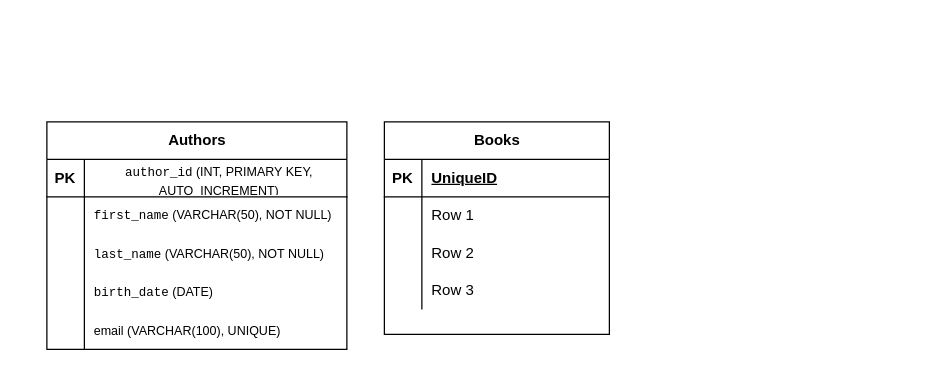
Before: Untitled Diagram.drawio in SergejusSG/git-demo, a draw.io diagram. Source tidied: cells renumbered, new cells numbered last; positions are measured from the earlier drawing's top-left corner, leaving out a move shared by most shapes. Both pictures are drawn from the tidied source at 125%, with x=0, y=0 at pixel (46, 121).
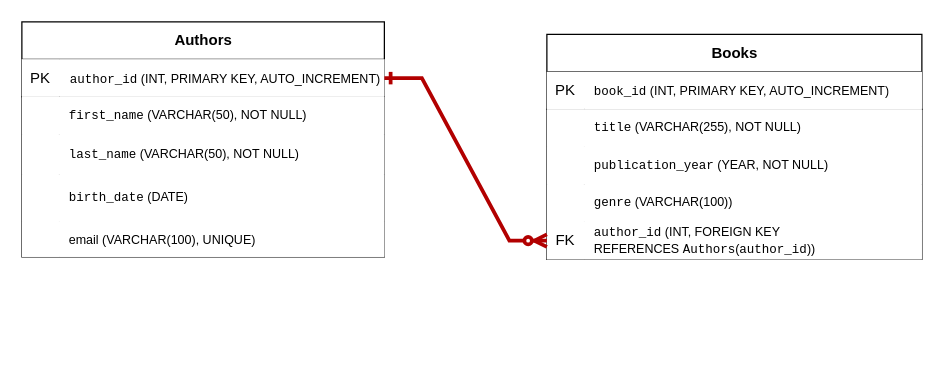
After the change.

What changed in the source:
```diff
@@
-    <mxCell id="2" value="Authors" style="shape=table;startSize=30;childLayout=tableLayout;rowLines=0;fontStyle=1;align=center;html=1;" parent="1" vertex="1">
-      <mxGeometry width="240" height="182" as="geometry" />
+    <mxCell id="2" value="Authors" style="shape=table;startSize=30;childLayout=tableLayout;rowLines=0;fontStyle=1;align=center;html=1;labelBackgroundColor=default;perimeterSpacing=1;rounded=0;" parent="1" vertex="1">
+      <mxGeometry x="-20" y="-80" width="290" height="188" as="geometry" />
     </mxCell>
-    <mxCell id="3" style="shape=tableRow;horizontal=0;startSize=0;swimlaneHead=0;swimlaneBody=0;fillColor=none;points=[[0,0.5],[1,0.5]];portConstraint=eastwest;top=0;left=0;right=0;bottom=1;" parent="2" vertex="1">
-      <mxGeometry y="30" width="240" height="30" as="geometry" />
+    <mxCell id="3" style="shape=tableRow;horizontal=0;startSize=0;swimlaneHead=0;swimlaneBody=0;points=[[0,0.5],[1,0.5]];portConstraint=eastwest;top=0;left=0;right=0;bottom=1;fontStyle=0;" parent="2" vertex="1">
+      <mxGeometry y="30" width="290" height="30" as="geometry" />
     </mxCell>
-    <mxCell id="4" value="PK" style="shape=partialRectangle;fillColor=none;top=0;left=0;bottom=0;right=0;fontStyle=1;overflow=hidden;whiteSpace=wrap;html=1;" parent="3" vertex="1">
+    <mxCell id="4" value="PK" style="shape=partialRectangle;top=0;left=0;bottom=0;right=0;fontStyle=0;overflow=hidden;whiteSpace=wrap;html=1;" parent="3" vertex="1">
       <mxGeometry width="30" height="30" as="geometry" />
     </mxCell>
-    <mxCell id="5" value="&lt;font style=&quot;font-size: 10px;&quot;&gt;&lt;code style=&quot;font-weight: 400;&quot;&gt;author_id&lt;/code&gt;&lt;span style=&quot;font-weight: 400;&quot;&gt;&amp;nbsp;(INT, PRIMARY KEY, AUTO_INCREMENT)&lt;/span&gt;&lt;/font&gt;" style="shape=partialRectangle;fillColor=none;top=0;left=0;bottom=0;right=0;align=center;spacingLeft=6;fontStyle=1;overflow=hidden;whiteSpace=wrap;html=1;verticalAlign=middle;" parent="3" vertex="1">
-      <mxGeometry x="30" width="210" height="30" as="geometry" />
+    <mxCell id="5" value="&lt;font style=&quot;font-size: 10px;&quot;&gt;&lt;code style=&quot;&quot;&gt;author_id&lt;/code&gt;&lt;span style=&quot;&quot;&gt;&amp;nbsp;(INT, PRIMARY KEY, AUTO_INCREMENT)&lt;/span&gt;&lt;/font&gt;" style="shape=partialRectangle;top=0;left=0;bottom=0;right=0;align=center;spacingLeft=6;fontStyle=0;overflow=hidden;whiteSpace=wrap;html=1;verticalAlign=middle;" parent="3" vertex="1">
+      <mxGeometry x="30" width="260" height="30" as="geometry" />
     </mxCell>
-    <mxCell id="6" style="shape=tableRow;horizontal=0;startSize=0;swimlaneHead=0;swimlaneBody=0;fillColor=none;top=0;left=0;right=0;bottom=0;" parent="2" vertex="1">
-      <mxGeometry y="60" width="240" height="30" as="geometry" />
+    <mxCell id="6" style="shape=tableRow;horizontal=0;startSize=0;swimlaneHead=0;swimlaneBody=0;top=0;left=0;right=0;bottom=0;fontStyle=0;" parent="2" vertex="1">
+      <mxGeometry y="60" width="290" height="30" as="geometry" />
     </mxCell>
-    <mxCell id="7" style="shape=partialRectangle;fillColor=none;top=0;left=0;bottom=0;right=0;overflow=hidden;whiteSpace=wrap;html=1;" parent="6" vertex="1">
+    <mxCell id="7" style="shape=partialRectangle;top=0;left=0;bottom=0;right=0;overflow=hidden;whiteSpace=wrap;html=1;fontStyle=0;" parent="6" vertex="1">
       <mxGeometry width="30" height="30" as="geometry" />
     </mxCell>
-    <mxCell id="8" value="&lt;font&gt;&lt;code&gt;first_name&lt;/code&gt;&amp;nbsp;(VARCHAR(50), NOT NULL)&lt;/font&gt;" style="shape=partialRectangle;fillColor=none;top=0;left=0;bottom=0;right=0;align=left;spacingLeft=6;overflow=hidden;whiteSpace=wrap;html=1;fontSize=10;" parent="6" vertex="1">
-      <mxGeometry x="30" width="210" height="30" as="geometry" />
+    <mxCell id="8" value="&lt;font&gt;&lt;code&gt;first_name&lt;/code&gt;&amp;nbsp;(VARCHAR(50), NOT NULL)&lt;/font&gt;" style="shape=partialRectangle;top=0;left=0;bottom=0;right=0;align=left;spacingLeft=6;overflow=hidden;whiteSpace=wrap;html=1;fontSize=10;fontStyle=0;" parent="6" vertex="1">
+      <mxGeometry x="30" width="260" height="30" as="geometry" />
     </mxCell>
-    <mxCell id="9" style="shape=tableRow;horizontal=0;startSize=0;swimlaneHead=0;swimlaneBody=0;fillColor=none;top=0;left=0;right=0;bottom=0;fontSize=10;" parent="2" vertex="1">
-      <mxGeometry y="90" width="240" height="32" as="geometry" />
+    <mxCell id="9" style="shape=tableRow;horizontal=0;startSize=0;swimlaneHead=0;swimlaneBody=0;top=0;left=0;right=0;bottom=0;fontSize=10;fontStyle=0;" parent="2" vertex="1">
+      <mxGeometry y="90" width="290" height="32" as="geometry" />
     </mxCell>
-    <mxCell id="10" style="shape=partialRectangle;fillColor=none;top=0;left=0;bottom=0;right=0;overflow=hidden;whiteSpace=wrap;html=1;fontSize=10;" parent="9" vertex="1">
+    <mxCell id="10" style="shape=partialRectangle;top=0;left=0;bottom=0;right=0;overflow=hidden;whiteSpace=wrap;html=1;fontSize=10;fontStyle=0;" parent="9" vertex="1">
       <mxGeometry width="30" height="32" as="geometry" />
     </mxCell>
-    <mxCell id="11" value="&lt;code style=&quot;font-style: normal; font-variant-caps: normal; font-weight: 400; letter-spacing: normal; orphans: auto; text-align: start; text-indent: 0px; text-transform: none; white-space: normal; widows: auto; word-spacing: 0px; -webkit-text-stroke-width: 0px; text-decoration: none; caret-color: rgb(0, 0, 0); color: rgb(0, 0, 0);&quot;&gt;last_name&lt;/code&gt;&lt;span style=&quot;font-style: normal; font-variant-caps: normal; font-weight: 400; letter-spacing: normal; text-align: start; text-indent: 0px; text-transform: none; white-space: normal; word-spacing: 0px; -webkit-text-stroke-width: 0px; text-decoration: none; caret-color: rgb(0, 0, 0); color: rgb(0, 0, 0); float: none; display: inline !important;&quot;&gt;&lt;span class=&quot;Apple-converted-space&quot;&gt;&amp;nbsp;&lt;/span&gt;(VARCHAR(50), NOT NULL)&lt;/span&gt;" style="shape=partialRectangle;fillColor=none;top=0;left=0;bottom=0;right=0;align=left;spacingLeft=6;overflow=hidden;whiteSpace=wrap;html=1;fontSize=10;" parent="9" vertex="1">
-      <mxGeometry x="30" width="210" height="32" as="geometry" />
+    <mxCell id="11" value="&lt;code style=&quot;font-style: normal; font-variant-caps: normal; letter-spacing: normal; text-align: start; text-indent: 0px; text-transform: none; white-space: normal; word-spacing: 0px; -webkit-text-stroke-width: 0px; text-decoration: none; caret-color: rgb(0, 0, 0); color: rgb(0, 0, 0);&quot;&gt;last_name&lt;/code&gt;&lt;span style=&quot;font-style: normal; font-variant-caps: normal; letter-spacing: normal; text-align: start; text-indent: 0px; text-transform: none; white-space: normal; word-spacing: 0px; -webkit-text-stroke-width: 0px; text-decoration: none; caret-color: rgb(0, 0, 0); color: rgb(0, 0, 0); float: none; display: inline !important;&quot;&gt;&lt;span class=&quot;Apple-converted-space&quot;&gt;&amp;nbsp;&lt;/span&gt;(VARCHAR(50), NOT NULL)&lt;/span&gt;" style="shape=partialRectangle;top=0;left=0;bottom=0;right=0;align=left;spacingLeft=6;overflow=hidden;whiteSpace=wrap;html=1;fontSize=10;fontStyle=0;" parent="9" vertex="1">
+      <mxGeometry x="30" width="260" height="32" as="geometry" />
     </mxCell>
-    <mxCell id="12" style="shape=tableRow;horizontal=0;startSize=0;swimlaneHead=0;swimlaneBody=0;fillColor=none;top=0;left=0;right=0;bottom=0;fontSize=10;" parent="2" vertex="1">
-      <mxGeometry y="122" width="240" height="30" as="geometry" />
+    <mxCell id="12" style="shape=tableRow;horizontal=0;startSize=0;swimlaneHead=0;swimlaneBody=0;top=0;left=0;right=0;bottom=0;fontSize=10;fontStyle=0;" parent="2" vertex="1">
+      <mxGeometry y="122" width="290" height="38" as="geometry" />
     </mxCell>
-    <mxCell id="13" style="shape=partialRectangle;fillColor=none;top=0;left=0;bottom=0;right=0;overflow=hidden;whiteSpace=wrap;html=1;fontSize=10;" parent="12" vertex="1">
-      <mxGeometry width="30" height="30" as="geometry" />
+    <mxCell id="13" style="shape=partialRectangle;top=0;left=0;bottom=0;right=0;overflow=hidden;whiteSpace=wrap;html=1;fontSize=10;fontStyle=0;" parent="12" vertex="1">
+      <mxGeometry width="30" height="38" as="geometry" />
     </mxCell>
-    <mxCell id="14" value="&lt;font&gt;&lt;code&gt;birth_date&lt;/code&gt;&amp;nbsp;(DATE)&lt;/font&gt;" style="shape=partialRectangle;fillColor=none;top=0;left=0;bottom=0;right=0;align=left;spacingLeft=6;overflow=hidden;whiteSpace=wrap;html=1;fontSize=10;" parent="12" vertex="1">
-      <mxGeometry x="30" width="210" height="30" as="geometry" />
+    <mxCell id="14" value="&lt;font&gt;&lt;code&gt;birth_date&lt;/code&gt;&amp;nbsp;(DATE)&lt;/font&gt;" style="shape=partialRectangle;top=0;left=0;bottom=0;right=0;align=left;spacingLeft=6;overflow=hidden;whiteSpace=wrap;html=1;fontSize=10;fontStyle=0;" parent="12" vertex="1">
+      <mxGeometry x="30" width="260" height="38" as="geometry" />
     </mxCell>
-    <mxCell id="15" style="shape=tableRow;horizontal=0;startSize=0;swimlaneHead=0;swimlaneBody=0;fillColor=none;top=0;left=0;right=0;bottom=0;fontSize=10;" parent="2" vertex="1">
-      <mxGeometry y="152" width="240" height="30" as="geometry" />
+    <mxCell id="15" style="shape=tableRow;horizontal=0;startSize=0;swimlaneHead=0;swimlaneBody=0;top=0;left=0;right=0;bottom=0;fontSize=10;fontStyle=0;" parent="2" vertex="1">
+      <mxGeometry y="160" width="290" height="28" as="geometry" />
     </mxCell>
-    <mxCell id="16" style="shape=partialRectangle;fillColor=none;top=0;left=0;bottom=0;right=0;overflow=hidden;whiteSpace=wrap;html=1;fontSize=10;" parent="15" vertex="1">
-      <mxGeometry width="30" height="30" as="geometry" />
+    <mxCell id="16" style="shape=partialRectangle;top=0;left=0;bottom=0;right=0;overflow=hidden;whiteSpace=wrap;html=1;fontSize=10;fontStyle=0;" parent="15" vertex="1">
+      <mxGeometry width="30" height="28" as="geometry" />
     </mxCell>
-    <mxCell id="17" value="&lt;font&gt;email (&lt;span class=&quot;hljs-type&quot;&gt;VARCHAR&lt;/span&gt;(&lt;span class=&quot;hljs-number&quot;&gt;100&lt;/span&gt;),&amp;nbsp;&lt;span class=&quot;hljs-keyword&quot;&gt;UNIQUE&lt;/span&gt;)&lt;/font&gt;" style="shape=partialRectangle;fillColor=none;top=0;left=0;bottom=0;right=0;align=left;spacingLeft=6;overflow=hidden;whiteSpace=wrap;html=1;fontSize=10;" parent="15" vertex="1">
-      <mxGeometry x="30" width="210" height="30" as="geometry" />
+    <mxCell id="17" value="&lt;font&gt;email (&lt;span class=&quot;hljs-type&quot;&gt;VARCHAR&lt;/span&gt;(&lt;span class=&quot;hljs-number&quot;&gt;100&lt;/span&gt;),&amp;nbsp;&lt;span class=&quot;hljs-keyword&quot;&gt;UNIQUE&lt;/span&gt;)&lt;/font&gt;" style="shape=partialRectangle;top=0;left=0;bottom=0;right=0;align=left;spacingLeft=6;overflow=hidden;whiteSpace=wrap;html=1;fontSize=10;fontStyle=0;" parent="15" vertex="1">
+      <mxGeometry x="30" width="260" height="28" as="geometry" />
     </mxCell>
-    <mxCell id="18" value="Books" style="shape=table;startSize=30;childLayout=tableLayout;rowLines=0;fontStyle=1;align=center;html=1;" parent="1" vertex="1">
-      <mxGeometry x="270" width="180" height="170" as="geometry" />
+    <mxCell id="18" value="Books" style="shape=table;startSize=30;childLayout=tableLayout;rowLines=0;fontStyle=1;align=center;html=1;labelBackgroundColor=default;fillColor=default;" parent="1" vertex="1">
+      <mxGeometry x="400" y="-70" width="300" height="180" as="geometry" />
     </mxCell>
-    <mxCell id="19" style="shape=tableRow;horizontal=0;startSize=0;swimlaneHead=0;swimlaneBody=0;fillColor=none;top=0;left=0;right=0;bottom=1;" parent="18" vertex="1">
-      <mxGeometry y="30" width="180" height="30" as="geometry" />
+    <mxCell id="19" style="shape=tableRow;horizontal=0;startSize=0;swimlaneHead=0;swimlaneBody=0;fillColor=default;top=0;left=0;right=0;bottom=1;fontStyle=0;" parent="18" vertex="1">
+      <mxGeometry y="30" width="300" height="30" as="geometry" />
     </mxCell>
-    <mxCell id="20" value="PK" style="shape=partialRectangle;fillColor=none;top=0;left=0;bottom=0;right=0;fontStyle=1;overflow=hidden;whiteSpace=wrap;html=1;" parent="19" vertex="1">
+    <mxCell id="20" value="PK" style="shape=partialRectangle;fillColor=default;top=0;left=0;bottom=0;right=0;fontStyle=0;overflow=hidden;whiteSpace=wrap;html=1;" parent="19" vertex="1">
       <mxGeometry width="30" height="30" as="geometry" />
     </mxCell>
-    <mxCell id="21" value="UniqueID" style="shape=partialRectangle;fillColor=none;top=0;left=0;bottom=0;right=0;align=left;spacingLeft=6;fontStyle=5;overflow=hidden;whiteSpace=wrap;html=1;" parent="19" vertex="1">
-      <mxGeometry x="30" width="150" height="30" as="geometry" />
+    <mxCell id="21" value="&lt;font style=&quot;font-size: 10px;&quot;&gt;&lt;code style=&quot;&quot;&gt;book_id&lt;/code&gt;&lt;span style=&quot;&quot;&gt;&amp;nbsp;(INT, PRIMARY KEY, AUTO_INCREMENT)&lt;/span&gt;&lt;/font&gt;" style="shape=partialRectangle;fillColor=default;top=0;left=0;bottom=0;right=0;align=left;spacingLeft=6;fontStyle=0;overflow=hidden;whiteSpace=wrap;html=1;" parent="19" vertex="1">
+      <mxGeometry x="30" width="270" height="30" as="geometry" />
     </mxCell>
-    <mxCell id="22" style="shape=tableRow;horizontal=0;startSize=0;swimlaneHead=0;swimlaneBody=0;fillColor=none;top=0;left=0;right=0;bottom=0;" parent="18" vertex="1">
-      <mxGeometry y="60" width="180" height="30" as="geometry" />
+    <mxCell id="22" style="shape=tableRow;horizontal=0;startSize=0;swimlaneHead=0;swimlaneBody=0;fillColor=default;top=0;left=0;right=0;bottom=0;fontStyle=0;" parent="18" vertex="1">
+      <mxGeometry y="60" width="300" height="30" as="geometry" />
     </mxCell>
-    <mxCell id="23" style="shape=partialRectangle;fillColor=none;top=0;left=0;bottom=0;right=0;overflow=hidden;whiteSpace=wrap;html=1;" parent="22" vertex="1">
+    <mxCell id="23" style="shape=partialRectangle;fillColor=default;top=0;left=0;bottom=0;right=0;overflow=hidden;whiteSpace=wrap;html=1;fontStyle=0;" parent="22" vertex="1">
       <mxGeometry width="30" height="30" as="geometry" />
     </mxCell>
-    <mxCell id="24" value="Row 1" style="shape=partialRectangle;fillColor=none;top=0;left=0;bottom=0;right=0;align=left;spacingLeft=6;overflow=hidden;whiteSpace=wrap;html=1;" parent="22" vertex="1">
-      <mxGeometry x="30" width="150" height="30" as="geometry" />
+    <mxCell id="24" value="&lt;font&gt;&lt;code&gt;title&lt;/code&gt;&amp;nbsp;(VARCHAR(255), NOT NULL)&lt;/font&gt;" style="shape=partialRectangle;fillColor=default;top=0;left=0;bottom=0;right=0;align=left;spacingLeft=6;overflow=hidden;whiteSpace=wrap;html=1;fontSize=10;fontStyle=0;" parent="22" vertex="1">
+      <mxGeometry x="30" width="270" height="30" as="geometry" />
     </mxCell>
-    <mxCell id="25" style="shape=tableRow;horizontal=0;startSize=0;swimlaneHead=0;swimlaneBody=0;fillColor=none;top=0;left=0;right=0;bottom=0;" parent="18" vertex="1">
-      <mxGeometry y="90" width="180" height="30" as="geometry" />
+    <mxCell id="25" style="shape=tableRow;horizontal=0;startSize=0;swimlaneHead=0;swimlaneBody=0;fillColor=default;top=0;left=0;right=0;bottom=0;fontStyle=0;" parent="18" vertex="1">
+      <mxGeometry y="90" width="300" height="30" as="geometry" />
     </mxCell>
-    <mxCell id="26" style="shape=partialRectangle;fillColor=none;top=0;left=0;bottom=0;right=0;overflow=hidden;whiteSpace=wrap;html=1;" parent="25" vertex="1">
+    <mxCell id="26" style="shape=partialRectangle;fillColor=default;top=0;left=0;bottom=0;right=0;overflow=hidden;whiteSpace=wrap;html=1;fontStyle=0;" parent="25" vertex="1">
       <mxGeometry width="30" height="30" as="geometry" />
     </mxCell>
-    <mxCell id="27" value="Row 2" style="shape=partialRectangle;fillColor=none;top=0;left=0;bottom=0;right=0;align=left;spacingLeft=6;overflow=hidden;whiteSpace=wrap;html=1;" parent="25" vertex="1">
-      <mxGeometry x="30" width="150" height="30" as="geometry" />
+    <mxCell id="27" value="&lt;font&gt;&lt;code&gt;publication_year&lt;/code&gt;&amp;nbsp;(YEAR, NOT NULL)&lt;/font&gt;" style="shape=partialRectangle;fillColor=default;top=0;left=0;bottom=0;right=0;align=left;spacingLeft=6;overflow=hidden;whiteSpace=wrap;html=1;fontSize=10;fontStyle=0;" parent="25" vertex="1">
+      <mxGeometry x="30" width="270" height="30" as="geometry" />
     </mxCell>
-    <mxCell id="28" style="shape=tableRow;horizontal=0;startSize=0;swimlaneHead=0;swimlaneBody=0;fillColor=none;top=0;left=0;right=0;bottom=0;" parent="18" vertex="1">
-      <mxGeometry y="120" width="180" height="30" as="geometry" />
+    <mxCell id="28" style="shape=tableRow;horizontal=0;startSize=0;swimlaneHead=0;swimlaneBody=0;fillColor=default;top=0;left=0;right=0;bottom=0;fontStyle=0;" parent="18" vertex="1">
+      <mxGeometry y="120" width="300" height="30" as="geometry" />
     </mxCell>
-    <mxCell id="29" style="shape=partialRectangle;fillColor=none;top=0;left=0;bottom=0;right=0;overflow=hidden;whiteSpace=wrap;html=1;" parent="28" vertex="1">
+    <mxCell id="29" style="shape=partialRectangle;fillColor=default;top=0;left=0;bottom=0;right=0;overflow=hidden;whiteSpace=wrap;html=1;fontStyle=0;" parent="28" vertex="1">
       <mxGeometry width="30" height="30" as="geometry" />
     </mxCell>
-    <mxCell id="30" value="Row 3" style="shape=partialRectangle;fillColor=none;top=0;left=0;bottom=0;right=0;align=left;spacingLeft=6;overflow=hidden;whiteSpace=wrap;html=1;" parent="28" vertex="1">
-      <mxGeometry x="30" width="150" height="30" as="geometry" />
+    <mxCell id="30" value="&lt;font&gt;&lt;code&gt;genre&lt;/code&gt;&amp;nbsp;(VARCHAR(100))&lt;/font&gt;" style="shape=partialRectangle;fillColor=default;top=0;left=0;bottom=0;right=0;align=left;spacingLeft=6;overflow=hidden;whiteSpace=wrap;html=1;fontSize=10;fontStyle=0;" parent="28" vertex="1">
+      <mxGeometry x="30" width="270" height="30" as="geometry" />
     </mxCell>
+    <mxCell id="31" style="shape=tableRow;horizontal=0;startSize=0;swimlaneHead=0;swimlaneBody=0;fillColor=default;points=[[0,0.5],[1,0.5]];portConstraint=eastwest;top=0;left=0;right=0;bottom=0;fontStyle=0;" parent="18" vertex="1">
+      <mxGeometry y="150" width="300" height="30" as="geometry" />
+    </mxCell>
+    <mxCell id="32" value="FK" style="shape=partialRectangle;fillColor=default;top=0;left=0;bottom=0;right=0;overflow=hidden;whiteSpace=wrap;html=1;fontStyle=0;" parent="31" vertex="1">
+      <mxGeometry width="30" height="30" as="geometry" />
+    </mxCell>
+    <mxCell id="33" value="&lt;font&gt;&lt;code&gt;author_id&lt;/code&gt;&amp;nbsp;(INT, FOREIGN KEY REFERENCES&amp;nbsp;&lt;code&gt;Authors&lt;/code&gt;(&lt;code&gt;author_id&lt;/code&gt;))&lt;/font&gt;" style="shape=partialRectangle;fillColor=default;top=0;left=0;bottom=0;right=0;align=left;spacingLeft=6;overflow=hidden;whiteSpace=wrap;html=1;fontSize=10;fontStyle=0;" parent="31" vertex="1">
+      <mxGeometry x="30" width="270" height="30" as="geometry" />
+    </mxCell>
+    <mxCell id="34" style="edgeStyle=entityRelationEdgeStyle;fontSize=12;html=1;endArrow=ERzeroToMany;endFill=1;startArrow=ERone;rounded=0;exitX=1;exitY=0.5;exitDx=0;exitDy=0;startFill=0;fontStyle=0;fillColor=#e51400;strokeColor=#B20000;strokeWidth=3;" parent="1" edge="1" source="3" target="31">
+      <mxGeometry relative="1" as="geometry">
+        <Array as="points">
+          <mxPoint x="260" y="-30" />
+          <mxPoint x="330" y="50" />
+        </Array>
+      </mxGeometry>
+    </mxCell>
```
